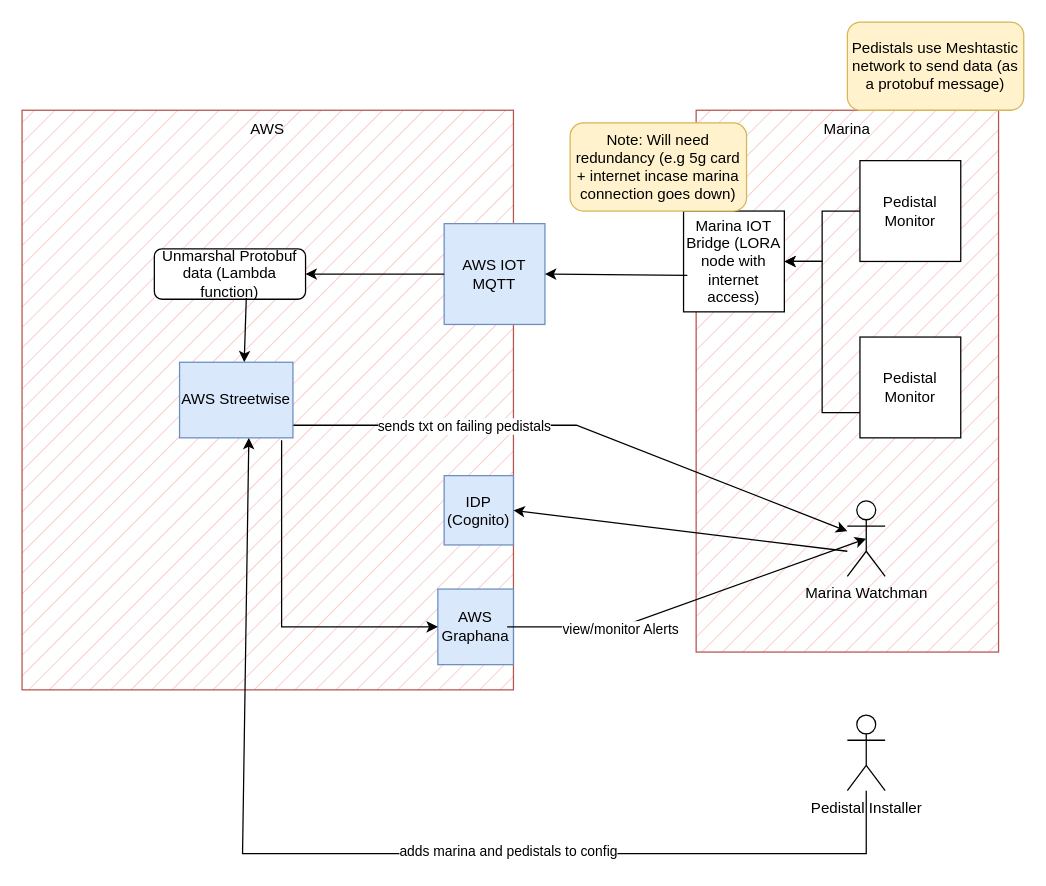
This is mvp-architecture/Marina-monitoring-mvp.drawio from marina-monitor-project/architecture-notes, a draw.io file, before an edit. Source tidied: cells renumbered, new cells numbered last; positions are measured from the earlier drawing's top-left corner, leaving out a move shared by most shapes. Both pictures are drawn from the tidied source at 126%, with x=0, y=0 at pixel (21, 21).
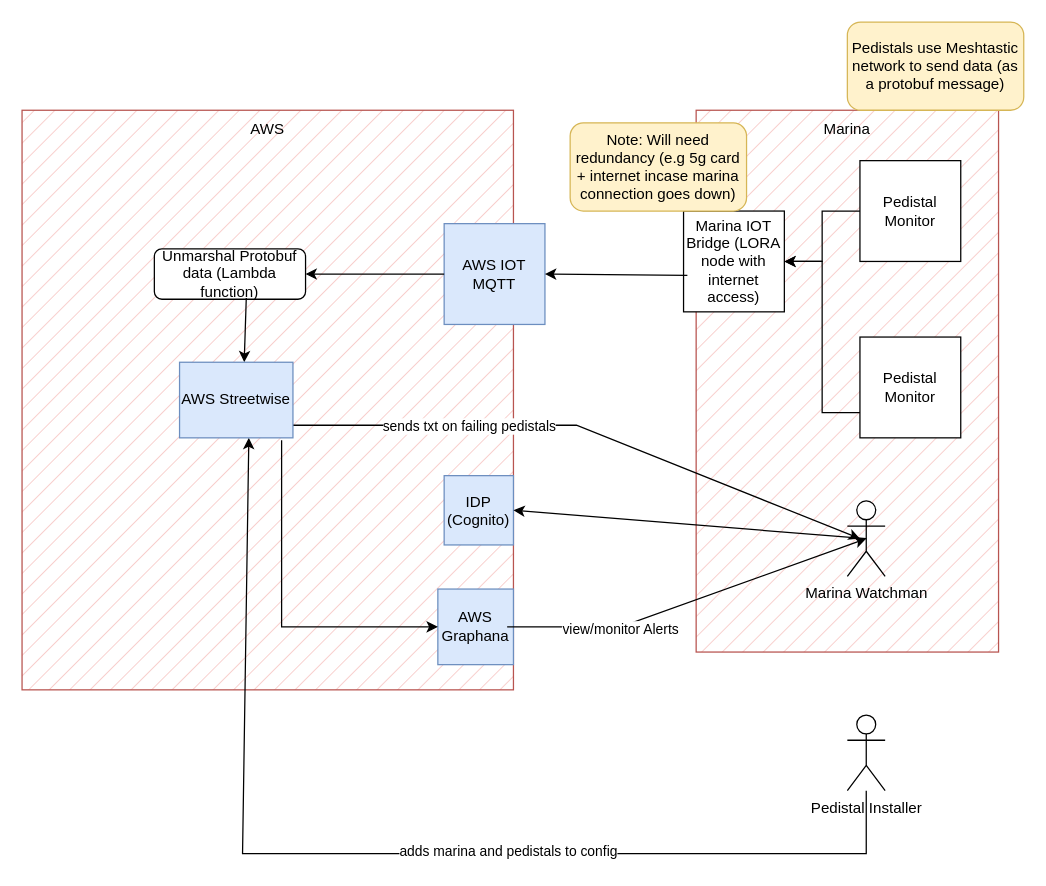
The same page after the edit.

Commit message (it also covers changes not shown here):
FIX: floating arrow in diagram

The change refers to these unchanged cells:
```xml
<mxCell id="16" value="Marina Watchman" style="shape=umlActor;verticalLabelPosition=bottom;verticalAlign=top;html=1;outlineConnect=0;" parent="1" vertex="1">
  <mxGeometry x="655" y="380" width="30" height="60" as="geometry" />
</mxCell>
<mxCell id="20" value="IDP (Cognito)" style="whiteSpace=wrap;html=1;fillColor=#dae8fc;strokeColor=#6c8ebf;" parent="1" vertex="1">
  <mxGeometry x="335" y="360" width="55" height="55" as="geometry" />
</mxCell>
```

The edit, as a diff of the source:
```diff
@@
-    <mxCell id="17" style="endArrow=classic;html=1;rounded=0;" parent="1" edge="1" target="16">
+    <mxCell id="17" style="endArrow=classic;html=1;rounded=0;" parent="1" edge="1">
       <mxGeometry relative="1" as="geometry">
         <mxPoint x="170" y="320" as="sourcePoint" />
+        <mxPoint x="665" y="410" as="targetPoint" />
         <Array as="points">
           <mxPoint x="440" y="320" />
         </Array>
       </mxGeometry>
     </mxCell>
@@
-    <mxCell id="30" style="endArrow=classic;html=1;rounded=0;entryX=1;entryY=0.5;entryDx=0;entryDy=0;" parent="1" edge="1" target="20">
-      <mxGeometry relative="1" as="geometry">
-        <mxPoint x="655" y="420" as="sourcePoint" />
-      </mxGeometry>
+    <mxCell id="30" style="endArrow=classic;html=1;rounded=0;entryX=1;entryY=0.5;entryDx=0;entryDy=0;exitX=0.5;exitY=0.5;exitDx=0;exitDy=0;exitPerimeter=0;" parent="1" edge="1" source="16" target="20">
+      <mxGeometry relative="1" as="geometry" />
     </mxCell>
```
